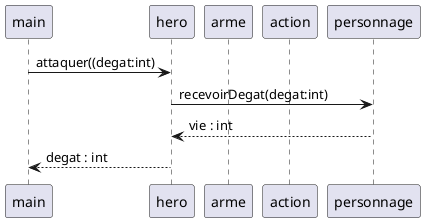
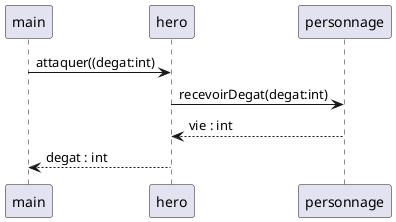
'https://plantuml.com/sequence-diagram
@startuml

participant main


participant hero


- participant arme
- participant action
- participant personnage
participant personnage

main -> hero : attaquer((degat:int)
hero -> personnage : recevoirDegat(degat:int)
personnage --> hero : vie : int
hero --> main : degat : int




@enduml